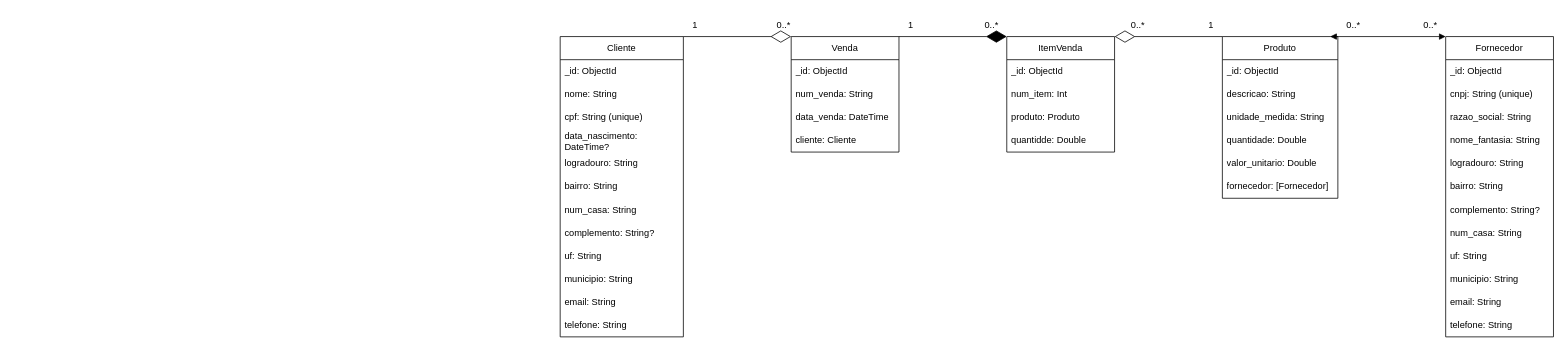
The draw.io diagram docs/NoAM.drawio in faustocintra/bn-not-2024-1, before the edit. Source tidied: cells renumbered, new cells numbered last; positions are measured from the earlier drawing's top-left corner, leaving out a move shared by most shapes. Both pictures are drawn from the tidied source at 77%, with x=0, y=0 at pixel (560, 13).
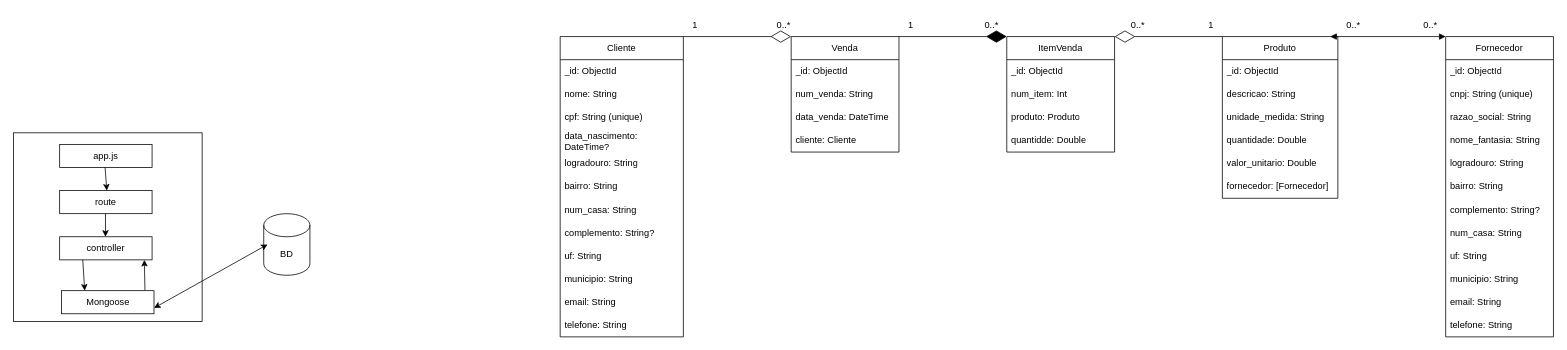
The same page after the edit.

Commit message (it also covers changes not shown here):
(20/03) Alteração do Prisma para Mongoose

Change to the diagram source:
```diff
@@
+    <mxCell id="57" style="whiteSpace=wrap;html=1;" parent="1" vertex="1">
+      <mxGeometry x="-710" y="155" width="245" height="245" as="geometry" />
+    </mxCell>
+    <mxCell id="58" value="app.js" style="rounded=0;whiteSpace=wrap;html=1;" parent="1" vertex="1">
+      <mxGeometry x="-650" y="170" width="120" height="30" as="geometry" />
+    </mxCell>
+    <mxCell id="59" value="route" style="rounded=0;whiteSpace=wrap;html=1;" parent="1" vertex="1">
+      <mxGeometry x="-650" y="230" width="120" height="30" as="geometry" />
+    </mxCell>
+    <mxCell id="60" value="controller" style="rounded=0;whiteSpace=wrap;html=1;" parent="1" vertex="1">
+      <mxGeometry x="-650" y="290" width="120" height="30" as="geometry" />
+    </mxCell>
+    <mxCell id="61" value="Mongoose" style="rounded=0;whiteSpace=wrap;html=1;" parent="1" vertex="1">
+      <mxGeometry x="-647.5" y="360" width="120" height="30" as="geometry" />
+    </mxCell>
+    <mxCell id="62" value="BD" style="shape=cylinder3;whiteSpace=wrap;html=1;boundedLbl=1;backgroundOutline=1;size=15;" parent="1" vertex="1">
+      <mxGeometry x="-385" y="260" width="60" height="80" as="geometry" />
+    </mxCell>
+    <mxCell id="63" style="endArrow=classic;startArrow=classic;html=1;exitX=1;exitY=0.75;exitDx=0;exitDy=0;" parent="1" edge="1" source="61">
+      <mxGeometry relative="1" as="geometry">
+        <mxPoint x="-380" y="300" as="targetPoint" />
+      </mxGeometry>
+    </mxCell>
+    <mxCell id="64" style="endArrow=classic;html=1;exitX=0.902;exitY=-0.016;exitDx=0;exitDy=0;exitPerimeter=0;" parent="1" edge="1" source="61">
+      <mxGeometry relative="1" as="geometry">
+        <mxPoint x="-540" y="320" as="targetPoint" />
+      </mxGeometry>
+    </mxCell>
+    <mxCell id="65" style="endArrow=classic;html=1;exitX=0.25;exitY=1;exitDx=0;exitDy=0;entryX=0.25;entryY=0;entryDx=0;entryDy=0;" parent="1" edge="1" source="60" target="61">
+      <mxGeometry relative="1" as="geometry" />
+    </mxCell>
+    <mxCell id="66" style="endArrow=classic;html=1;entryX=0.25;entryY=0;entryDx=0;entryDy=0;" parent="1" edge="1">
+      <mxGeometry relative="1" as="geometry">
+        <mxPoint x="-591" y="200" as="sourcePoint" />
+        <mxPoint x="-588.8" y="230" as="targetPoint" />
+      </mxGeometry>
+    </mxCell>
+    <mxCell id="67" style="endArrow=classic;html=1;" parent="1" edge="1">
+      <mxGeometry relative="1" as="geometry">
+        <mxPoint x="-590.5" y="260" as="sourcePoint" />
+        <mxPoint x="-590.5" y="290" as="targetPoint" />
+      </mxGeometry>
+    </mxCell>
```
